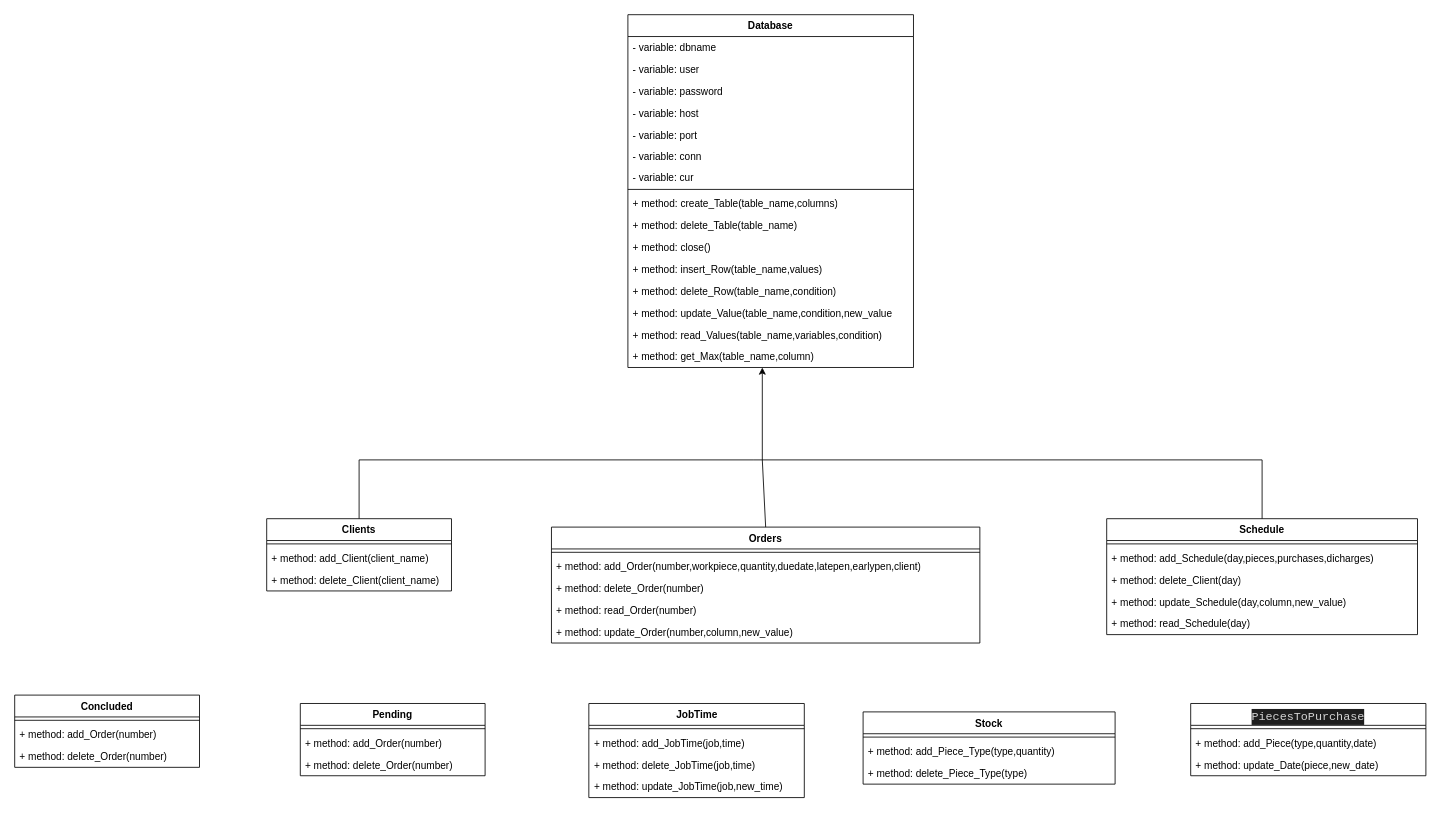
gpizzigh-bit/Automation-of-a-Production-Line keeps this draw.io diagram as page "Database Classes" (8 of 12) of PLA_APP_Diagrams.drawio. Above is the earlier version. Source tidied: cells renumbered, new cells numbered last; positions are measured from the earlier drawing's top-left corner, leaving out a move shared by most shapes. Both pictures are drawn from the tidied source at 84%, with x=0, y=0 at pixel (14, 14).
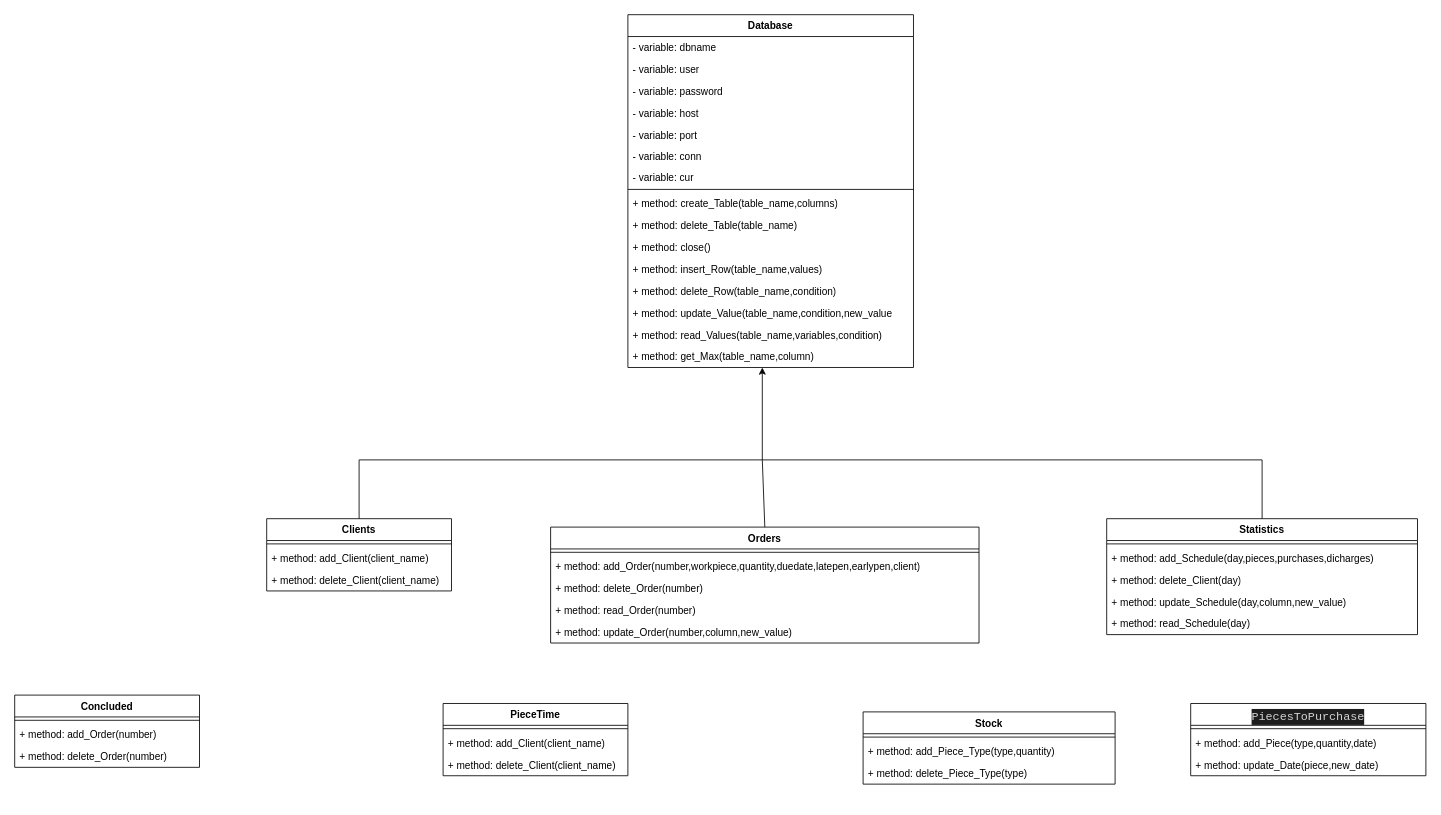
Above is the later version.

Change to the diagram source:
```diff
@@
     <mxCell id="23" value="Orders" style="swimlane;fontStyle=1;align=center;verticalAlign=top;horizontal=1;startSize=26;whiteSpace=wrap;html=1;" parent="1" vertex="1">
-      <mxGeometry x="639" y="610" width="510" height="138" as="geometry" />
+      <mxGeometry x="638" y="610" width="510" height="138" as="geometry" />
     </mxCell>
@@
-    <mxCell id="29" value="Schedule" style="swimlane;fontStyle=1;align=center;verticalAlign=top;horizontal=1;startSize=26;whiteSpace=wrap;html=1;" parent="1" vertex="1">
+    <mxCell id="29" value="Statistics" style="swimlane;fontStyle=1;align=center;verticalAlign=top;horizontal=1;startSize=26;whiteSpace=wrap;html=1;" parent="1" vertex="1">
       <mxGeometry x="1300" y="600" width="370" height="138" as="geometry" />
     </mxCell>
@@
-    <mxCell id="39" value="Pending" style="swimlane;fontStyle=1;align=center;verticalAlign=top;horizontal=1;startSize=26;whiteSpace=wrap;html=1;" parent="1" vertex="1">
-      <mxGeometry x="340" y="820" width="220" height="86" as="geometry" />
-    </mxCell>
-    <mxCell id="40" style="line;strokeWidth=1;fillColor=none;align=left;verticalAlign=middle;spacingTop=-1;spacingLeft=3;spacingRight=3;labelPosition=right;strokeColor=inherit;" parent="39" vertex="1">
-      <mxGeometry y="26" width="220" height="8" as="geometry" />
-    </mxCell>
-    <mxCell id="41" value="+ method: add_Order(number)" style="text;strokeColor=none;fillColor=none;align=left;verticalAlign=top;spacingLeft=4;spacingRight=4;overflow=hidden;whiteSpace=wrap;html=1;" parent="39" vertex="1">
-      <mxGeometry y="34" width="220" height="26" as="geometry" />
-    </mxCell>
-    <mxCell id="42" value="+ method: delete_Order(number)" style="text;strokeColor=none;fillColor=none;align=left;verticalAlign=top;spacingLeft=4;spacingRight=4;overflow=hidden;whiteSpace=wrap;html=1;" parent="39" vertex="1">
-      <mxGeometry y="60" width="220" height="26" as="geometry" />
-    </mxCell>
-    <mxCell id="43" value="JobTime" style="swimlane;fontStyle=1;align=center;verticalAlign=top;horizontal=1;startSize=26;whiteSpace=wrap;html=1;" parent="1" vertex="1">
-      <mxGeometry x="683.5" y="820" width="256.5" height="112" as="geometry" />
-    </mxCell>
-    <mxCell id="44" style="line;strokeWidth=1;fillColor=none;align=left;verticalAlign=middle;spacingTop=-1;spacingLeft=3;spacingRight=3;labelPosition=right;strokeColor=inherit;" parent="43" vertex="1">
-      <mxGeometry y="26" width="256.5" height="8" as="geometry" />
-    </mxCell>
-    <mxCell id="45" value="+ method: add_JobTime(job,time)" style="text;strokeColor=none;fillColor=none;align=left;verticalAlign=top;spacingLeft=4;spacingRight=4;overflow=hidden;whiteSpace=wrap;html=1;" parent="43" vertex="1">
-      <mxGeometry y="34" width="256.5" height="26" as="geometry" />
-    </mxCell>
-    <mxCell id="46" value="+ method: delete_JobTime(job,time)" style="text;strokeColor=none;fillColor=none;align=left;verticalAlign=top;spacingLeft=4;spacingRight=4;overflow=hidden;whiteSpace=wrap;html=1;" parent="43" vertex="1">
-      <mxGeometry y="60" width="256.5" height="26" as="geometry" />
-    </mxCell>
-    <mxCell id="47" value="+ method: update_JobTime(job,new_time)" style="text;strokeColor=none;fillColor=none;align=left;verticalAlign=top;spacingLeft=4;spacingRight=4;overflow=hidden;whiteSpace=wrap;html=1;" parent="43" vertex="1">
-      <mxGeometry y="86" width="256.5" height="26" as="geometry" />
-    </mxCell>
@@
+    <mxCell id="60" value="PieceTime" style="swimlane;fontStyle=1;align=center;verticalAlign=top;horizontal=1;startSize=26;whiteSpace=wrap;html=1;" parent="1" vertex="1">
+      <mxGeometry x="510" y="820" width="220" height="86" as="geometry" />
+    </mxCell>
+    <mxCell id="40" style="line;strokeWidth=1;fillColor=none;align=left;verticalAlign=middle;spacingTop=-1;spacingLeft=3;spacingRight=3;labelPosition=right;strokeColor=inherit;" parent="60" vertex="1">
+      <mxGeometry y="26" width="220" height="8" as="geometry" />
+    </mxCell>
+    <mxCell id="61" value="+ method: add_Client(client_name)" style="text;strokeColor=none;fillColor=none;align=left;verticalAlign=top;spacingLeft=4;spacingRight=4;overflow=hidden;whiteSpace=wrap;html=1;" parent="60" vertex="1">
+      <mxGeometry y="34" width="220" height="26" as="geometry" />
+    </mxCell>
+    <mxCell id="62" value="+ method: delete_Client(client_name)" style="text;strokeColor=none;fillColor=none;align=left;verticalAlign=top;spacingLeft=4;spacingRight=4;overflow=hidden;whiteSpace=wrap;html=1;" parent="60" vertex="1">
+      <mxGeometry y="60" width="220" height="26" as="geometry" />
+    </mxCell>
```
